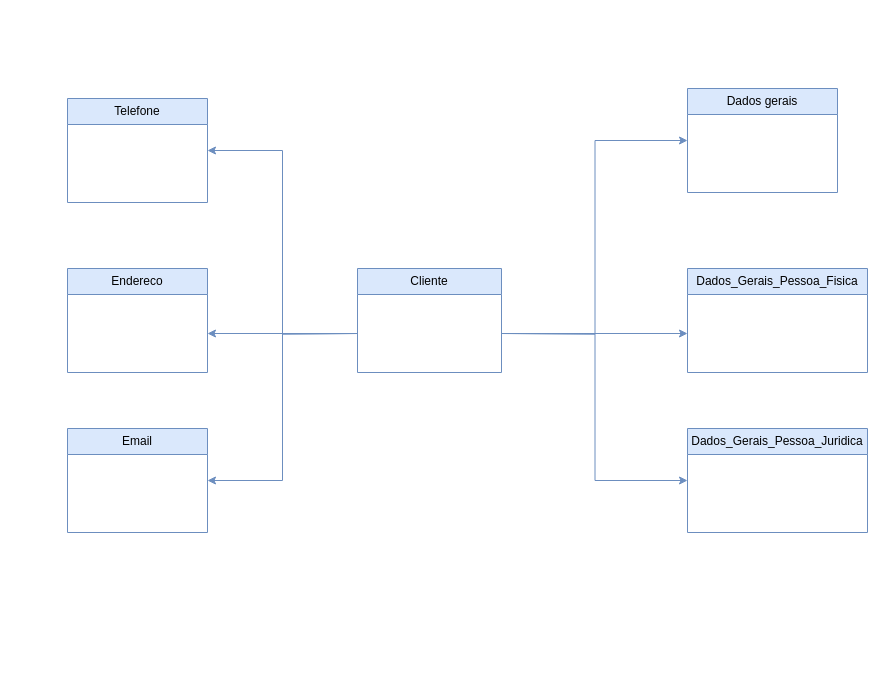
Earlier version of the draw.io diagram Diagrama sem nome.drawio (fabiomoraeslima/django-projeto1). Source tidied: cells renumbered, new cells numbered last; positions are measured from the earlier drawing's top-left corner, leaving out a move shared by most shapes. Both pictures are drawn from the tidied source at 100%, with x=0, y=0 at pixel (67, 88).
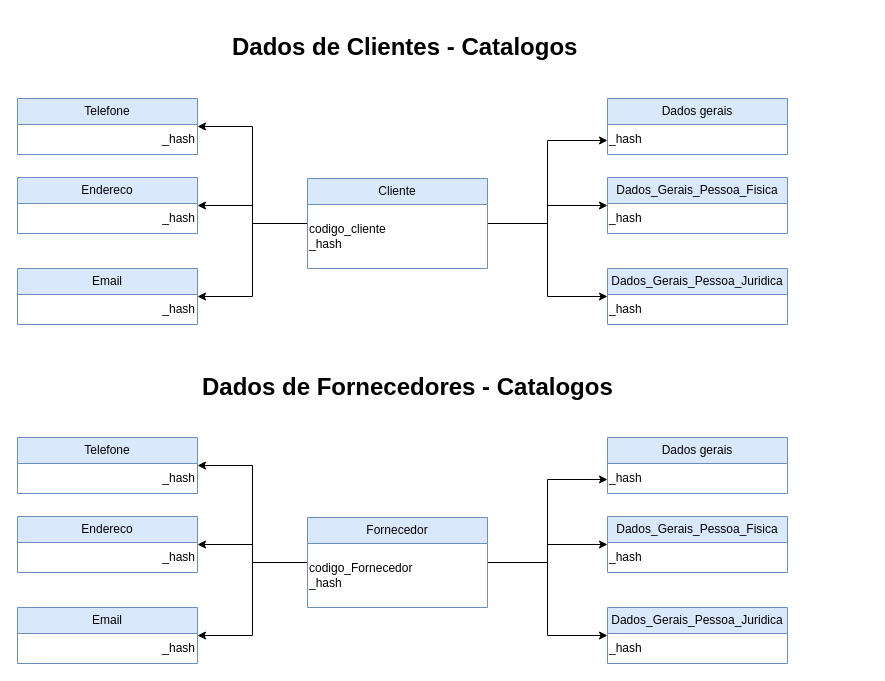
After the change.

Change to the diagram source:
```diff
@@
+    <mxCell id="15" style="edgeStyle=orthogonalEdgeStyle;rounded=0;jettySize=auto;html=1;entryX=1;entryY=0.5;entryDx=0;entryDy=0;" parent="1" edge="1" source="2" target="8">
+      <mxGeometry relative="1" as="geometry" />
+    </mxCell>
+    <mxCell id="16" style="edgeStyle=orthogonalEdgeStyle;rounded=0;jettySize=auto;html=1;entryX=1;entryY=0.5;entryDx=0;entryDy=0;" parent="1" edge="1" source="2" target="7">
+      <mxGeometry relative="1" as="geometry" />
+    </mxCell>
+    <mxCell id="17" style="edgeStyle=orthogonalEdgeStyle;rounded=0;jettySize=auto;html=1;entryX=1;entryY=0.5;entryDx=0;entryDy=0;" parent="1" edge="1" source="2" target="6">
+      <mxGeometry relative="1" as="geometry" />
+    </mxCell>
+    <mxCell id="18" style="edgeStyle=orthogonalEdgeStyle;rounded=0;jettySize=auto;html=1;entryX=0;entryY=0.5;entryDx=0;entryDy=0;" parent="1" edge="1" source="2" target="4">
+      <mxGeometry relative="1" as="geometry" />
+    </mxCell>
+    <mxCell id="19" style="edgeStyle=orthogonalEdgeStyle;rounded=0;jettySize=auto;html=1;entryX=0;entryY=0.75;entryDx=0;entryDy=0;" parent="1" edge="1" source="2" target="3">
+      <mxGeometry relative="1" as="geometry" />
+    </mxCell>
+    <mxCell id="20" style="edgeStyle=orthogonalEdgeStyle;rounded=0;jettySize=auto;html=1;entryX=0;entryY=0.5;entryDx=0;entryDy=0;" parent="1" edge="1" source="2" target="5">
+      <mxGeometry relative="1" as="geometry" />
+    </mxCell>
     <mxCell id="2" value="Cliente" style="swimlane;fontStyle=0;horizontal=1;startSize=26;fillColor=#dae8fc;whiteSpace=wrap;html=1;strokeColor=#6c8ebf;" parent="1" vertex="1">
-      <mxGeometry x="290" y="180" width="144" height="104" as="geometry" />
+      <mxGeometry x="240" y="90" width="180" height="90" as="geometry" />
     </mxCell>
+    <mxCell id="21" value="codigo_cliente&lt;div&gt;_hash&lt;/div&gt;" style="text;html=1;align=left;verticalAlign=middle;whiteSpace=wrap;rounded=0;" parent="2" vertex="1">
+      <mxGeometry y="26" width="180" height="64" as="geometry" />
+    </mxCell>
-    <mxCell id="3" value="Dados gerais" style="swimlane;fontStyle=0;horizontal=1;startSize=26;fillColor=#dae8fc;whiteSpace=wrap;html=1;strokeColor=#6c8ebf;" parent="1" vertex="1">
-      <mxGeometry x="620" width="150" height="104" as="geometry" />
+    <mxCell id="3" value="Dados gerais" style="swimlane;fontStyle=0;horizontal=1;startSize=26;fillColor=#dae8fc;whiteSpace=wrap;html=1;strokeColor=#6c8ebf;strokeWidth=1;arcSize=20;" parent="1" vertex="1">
+      <mxGeometry x="540" y="10" width="180" height="56" as="geometry" />
     </mxCell>
+    <mxCell id="22" value="&lt;div&gt;_hash&lt;/div&gt;" style="text;html=1;align=left;verticalAlign=middle;whiteSpace=wrap;rounded=0;" parent="3" vertex="1">
+      <mxGeometry y="26" width="180" height="30" as="geometry" />
+    </mxCell>
     <mxCell id="4" value="Dados_Gerais_Pessoa_Fisica" style="swimlane;fontStyle=0;horizontal=1;startSize=26;fillColor=#dae8fc;whiteSpace=wrap;html=1;strokeColor=#6c8ebf;" parent="1" vertex="1">
-      <mxGeometry x="620" y="180" width="180" height="104" as="geometry" />
+      <mxGeometry x="540" y="89" width="180" height="56" as="geometry" />
     </mxCell>
+    <mxCell id="23" value="&lt;div&gt;_hash&lt;/div&gt;" style="text;html=1;align=left;verticalAlign=middle;whiteSpace=wrap;rounded=0;" parent="4" vertex="1">
+      <mxGeometry y="26" width="180" height="30" as="geometry" />
+    </mxCell>
     <mxCell id="5" value="Dados_Gerais_Pessoa_Juridica" style="swimlane;fontStyle=0;horizontal=1;startSize=26;fillColor=#dae8fc;whiteSpace=wrap;html=1;strokeColor=#6c8ebf;" parent="1" vertex="1">
-      <mxGeometry x="620" y="340" width="180" height="104" as="geometry" />
+      <mxGeometry x="540" y="180" width="180" height="56" as="geometry" />
     </mxCell>
+    <mxCell id="24" value="&lt;div&gt;_hash&lt;/div&gt;" style="text;html=1;align=left;verticalAlign=middle;whiteSpace=wrap;rounded=0;" parent="5" vertex="1">
+      <mxGeometry y="26" width="180" height="30" as="geometry" />
+    </mxCell>
     <mxCell id="6" value="Email" style="swimlane;fontStyle=0;horizontal=1;startSize=26;fillColor=#dae8fc;whiteSpace=wrap;html=1;strokeColor=#6c8ebf;" parent="1" vertex="1">
-      <mxGeometry y="340" width="140" height="104" as="geometry" />
+      <mxGeometry x="-50" y="180" width="180" height="56" as="geometry" />
     </mxCell>
+    <mxCell id="25" value="&lt;div&gt;_hash&lt;/div&gt;" style="text;html=1;align=right;verticalAlign=middle;whiteSpace=wrap;rounded=0;" parent="6" vertex="1">
+      <mxGeometry y="26" width="180" height="30" as="geometry" />
+    </mxCell>
     <mxCell id="7" value="Endereco" style="swimlane;fontStyle=0;horizontal=1;startSize=26;fillColor=#dae8fc;whiteSpace=wrap;html=1;strokeColor=#6c8ebf;" parent="1" vertex="1">
-      <mxGeometry y="180" width="140" height="104" as="geometry" />
+      <mxGeometry x="-50" y="89" width="180" height="56" as="geometry" />
     </mxCell>
+    <mxCell id="26" value="&lt;div&gt;_hash&lt;/div&gt;" style="text;html=1;align=right;verticalAlign=middle;whiteSpace=wrap;rounded=0;" parent="7" vertex="1">
+      <mxGeometry y="26" width="180" height="30" as="geometry" />
+    </mxCell>
     <mxCell id="8" value="Telefone" style="swimlane;fontStyle=0;horizontal=1;startSize=26;fillColor=#dae8fc;whiteSpace=wrap;html=1;strokeColor=#6c8ebf;" parent="1" vertex="1">
-      <mxGeometry y="10" width="140" height="104" as="geometry" />
+      <mxGeometry x="-50" y="10" width="180" height="56" as="geometry" />
     </mxCell>
-    <mxCell id="9" style="edgeStyle=orthogonalEdgeStyle;rounded=0;orthogonalLoop=1;jettySize=auto;html=1;entryX=1;entryY=0.5;entryDx=0;entryDy=0;fillColor=#dae8fc;strokeColor=#6c8ebf;" parent="1" edge="1">
-      <mxGeometry relative="1" as="geometry">
-        <mxPoint x="290" y="245" as="sourcePoint" />
-        <mxPoint x="140" y="245" as="targetPoint" />
-      </mxGeometry>
-    </mxCell>
-    <mxCell id="10" style="edgeStyle=orthogonalEdgeStyle;rounded=0;orthogonalLoop=1;jettySize=auto;html=1;entryX=0;entryY=0.5;entryDx=0;entryDy=0;fillColor=#dae8fc;strokeColor=#6c8ebf;" parent="1" edge="1">
-      <mxGeometry relative="1" as="geometry">
-        <mxPoint x="434" y="245" as="sourcePoint" />
-        <mxPoint x="620" y="245" as="targetPoint" />
-      </mxGeometry>
-    </mxCell>
-    <mxCell id="11" style="edgeStyle=orthogonalEdgeStyle;rounded=0;jettySize=auto;html=1;entryX=1;entryY=0.5;entryDx=0;entryDy=0;fillColor=#dae8fc;strokeColor=#6c8ebf;" parent="1" edge="1" target="8">
-      <mxGeometry relative="1" as="geometry">
-        <mxPoint x="290" y="245" as="sourcePoint" />
-      </mxGeometry>
-    </mxCell>
-    <mxCell id="12" style="edgeStyle=orthogonalEdgeStyle;rounded=0;jettySize=auto;html=1;entryX=1;entryY=0.5;entryDx=0;entryDy=0;fillColor=#dae8fc;strokeColor=#6c8ebf;" parent="1" edge="1" target="6">
-      <mxGeometry relative="1" as="geometry">
-        <mxPoint x="290" y="245" as="sourcePoint" />
-      </mxGeometry>
-    </mxCell>
-    <mxCell id="13" style="edgeStyle=orthogonalEdgeStyle;rounded=0;jettySize=auto;html=1;entryX=0;entryY=0.5;entryDx=0;entryDy=0;fillColor=#dae8fc;strokeColor=#6c8ebf;" parent="1" edge="1" target="3">
-      <mxGeometry relative="1" as="geometry">
-        <mxPoint x="434" y="245" as="sourcePoint" />
-      </mxGeometry>
-    </mxCell>
-    <mxCell id="14" style="edgeStyle=orthogonalEdgeStyle;rounded=0;jettySize=auto;html=1;entryX=0;entryY=0.5;entryDx=0;entryDy=0;fillColor=#dae8fc;strokeColor=#6c8ebf;" parent="1" edge="1" target="5">
-      <mxGeometry relative="1" as="geometry">
-        <mxPoint x="434" y="245" as="sourcePoint" />
-      </mxGeometry>
-    </mxCell>
+    <mxCell id="27" value="&lt;div&gt;_hash&lt;/div&gt;" style="text;html=1;align=right;verticalAlign=middle;whiteSpace=wrap;rounded=0;" parent="8" vertex="1">
+      <mxGeometry y="26" width="180" height="30" as="geometry" />
+    </mxCell>
+    <mxCell id="28" value="&lt;h1&gt;Dados de Clientes - Catalogos&lt;/h1&gt;" style="text;html=1;spacing=5;spacingTop=-20;whiteSpace=wrap;overflow=hidden;rounded=0;" parent="1" vertex="1">
+      <mxGeometry x="160" y="-61" width="390" height="50" as="geometry" />
+    </mxCell>
+    <mxCell id="29" value="&lt;h1&gt;Dados de Fornecedores - Catalogos&lt;/h1&gt;" style="text;html=1;spacing=5;spacingTop=-20;whiteSpace=wrap;overflow=hidden;rounded=0;" parent="1" vertex="1">
+      <mxGeometry x="130" y="279" width="450" height="50" as="geometry" />
+    </mxCell>
+    <mxCell id="30" style="edgeStyle=orthogonalEdgeStyle;rounded=0;jettySize=auto;html=1;entryX=1;entryY=0.5;entryDx=0;entryDy=0;" parent="1" edge="1" source="36" target="48">
+      <mxGeometry relative="1" as="geometry" />
+    </mxCell>
+    <mxCell id="31" style="edgeStyle=orthogonalEdgeStyle;rounded=0;jettySize=auto;html=1;entryX=1;entryY=0.5;entryDx=0;entryDy=0;" parent="1" edge="1" source="36" target="46">
+      <mxGeometry relative="1" as="geometry" />
+    </mxCell>
+    <mxCell id="32" style="edgeStyle=orthogonalEdgeStyle;rounded=0;jettySize=auto;html=1;entryX=1;entryY=0.5;entryDx=0;entryDy=0;" parent="1" edge="1" source="36" target="44">
+      <mxGeometry relative="1" as="geometry" />
+    </mxCell>
+    <mxCell id="33" style="edgeStyle=orthogonalEdgeStyle;rounded=0;jettySize=auto;html=1;entryX=0;entryY=0.5;entryDx=0;entryDy=0;" parent="1" edge="1" source="36" target="40">
+      <mxGeometry relative="1" as="geometry" />
+    </mxCell>
+    <mxCell id="34" style="edgeStyle=orthogonalEdgeStyle;rounded=0;jettySize=auto;html=1;entryX=0;entryY=0.75;entryDx=0;entryDy=0;" parent="1" edge="1" source="36" target="38">
+      <mxGeometry relative="1" as="geometry" />
+    </mxCell>
+    <mxCell id="35" style="edgeStyle=orthogonalEdgeStyle;rounded=0;jettySize=auto;html=1;entryX=0;entryY=0.5;entryDx=0;entryDy=0;" parent="1" edge="1" source="36" target="42">
+      <mxGeometry relative="1" as="geometry" />
+    </mxCell>
+    <mxCell id="36" value="Fornecedor" style="swimlane;fontStyle=0;horizontal=1;startSize=26;fillColor=#dae8fc;whiteSpace=wrap;html=1;strokeColor=#6c8ebf;" parent="1" vertex="1">
+      <mxGeometry x="240" y="429" width="180" height="90" as="geometry" />
+    </mxCell>
+    <mxCell id="37" value="codigo_Fornecedor&lt;div&gt;_hash&lt;/div&gt;" style="text;html=1;align=left;verticalAlign=middle;whiteSpace=wrap;rounded=0;" parent="36" vertex="1">
+      <mxGeometry y="26" width="180" height="64" as="geometry" />
+    </mxCell>
+    <mxCell id="38" value="Dados gerais" style="swimlane;fontStyle=0;horizontal=1;startSize=26;fillColor=#dae8fc;whiteSpace=wrap;html=1;strokeColor=#6c8ebf;strokeWidth=1;arcSize=20;" parent="1" vertex="1">
+      <mxGeometry x="540" y="349" width="180" height="56" as="geometry" />
+    </mxCell>
+    <mxCell id="39" value="&lt;div&gt;_hash&lt;/div&gt;" style="text;html=1;align=left;verticalAlign=middle;whiteSpace=wrap;rounded=0;" parent="38" vertex="1">
+      <mxGeometry y="26" width="180" height="30" as="geometry" />
+    </mxCell>
+    <mxCell id="40" value="Dados_Gerais_Pessoa_Fisica" style="swimlane;fontStyle=0;horizontal=1;startSize=26;fillColor=#dae8fc;whiteSpace=wrap;html=1;strokeColor=#6c8ebf;" parent="1" vertex="1">
+      <mxGeometry x="540" y="428" width="180" height="56" as="geometry" />
+    </mxCell>
+    <mxCell id="41" value="&lt;div&gt;_hash&lt;/div&gt;" style="text;html=1;align=left;verticalAlign=middle;whiteSpace=wrap;rounded=0;" parent="40" vertex="1">
+      <mxGeometry y="26" width="180" height="30" as="geometry" />
+    </mxCell>
+    <mxCell id="42" value="Dados_Gerais_Pessoa_Juridica" style="swimlane;fontStyle=0;horizontal=1;startSize=26;fillColor=#dae8fc;whiteSpace=wrap;html=1;strokeColor=#6c8ebf;" parent="1" vertex="1">
+      <mxGeometry x="540" y="519" width="180" height="56" as="geometry" />
+    </mxCell>
+    <mxCell id="43" value="&lt;div&gt;_hash&lt;/div&gt;" style="text;html=1;align=left;verticalAlign=middle;whiteSpace=wrap;rounded=0;" parent="42" vertex="1">
+      <mxGeometry y="26" width="180" height="30" as="geometry" />
+    </mxCell>
+    <mxCell id="44" value="Email" style="swimlane;fontStyle=0;horizontal=1;startSize=26;fillColor=#dae8fc;whiteSpace=wrap;html=1;strokeColor=#6c8ebf;" parent="1" vertex="1">
+      <mxGeometry x="-50" y="519" width="180" height="56" as="geometry" />
+    </mxCell>
+    <mxCell id="45" value="&lt;div&gt;_hash&lt;/div&gt;" style="text;html=1;align=right;verticalAlign=middle;whiteSpace=wrap;rounded=0;" parent="44" vertex="1">
+      <mxGeometry y="26" width="180" height="30" as="geometry" />
+    </mxCell>
+    <mxCell id="46" value="Endereco" style="swimlane;fontStyle=0;horizontal=1;startSize=26;fillColor=#dae8fc;whiteSpace=wrap;html=1;strokeColor=#6c8ebf;" parent="1" vertex="1">
+      <mxGeometry x="-50" y="428" width="180" height="56" as="geometry" />
+    </mxCell>
+    <mxCell id="47" value="&lt;div&gt;_hash&lt;/div&gt;" style="text;html=1;align=right;verticalAlign=middle;whiteSpace=wrap;rounded=0;" parent="46" vertex="1">
+      <mxGeometry y="26" width="180" height="30" as="geometry" />
+    </mxCell>
+    <mxCell id="48" value="Telefone" style="swimlane;fontStyle=0;horizontal=1;startSize=26;fillColor=#dae8fc;whiteSpace=wrap;html=1;strokeColor=#6c8ebf;" parent="1" vertex="1">
+      <mxGeometry x="-50" y="349" width="180" height="56" as="geometry" />
+    </mxCell>
+    <mxCell id="49" value="&lt;div&gt;_hash&lt;/div&gt;" style="text;html=1;align=right;verticalAlign=middle;whiteSpace=wrap;rounded=0;" parent="48" vertex="1">
+      <mxGeometry y="26" width="180" height="30" as="geometry" />
+    </mxCell>
```
